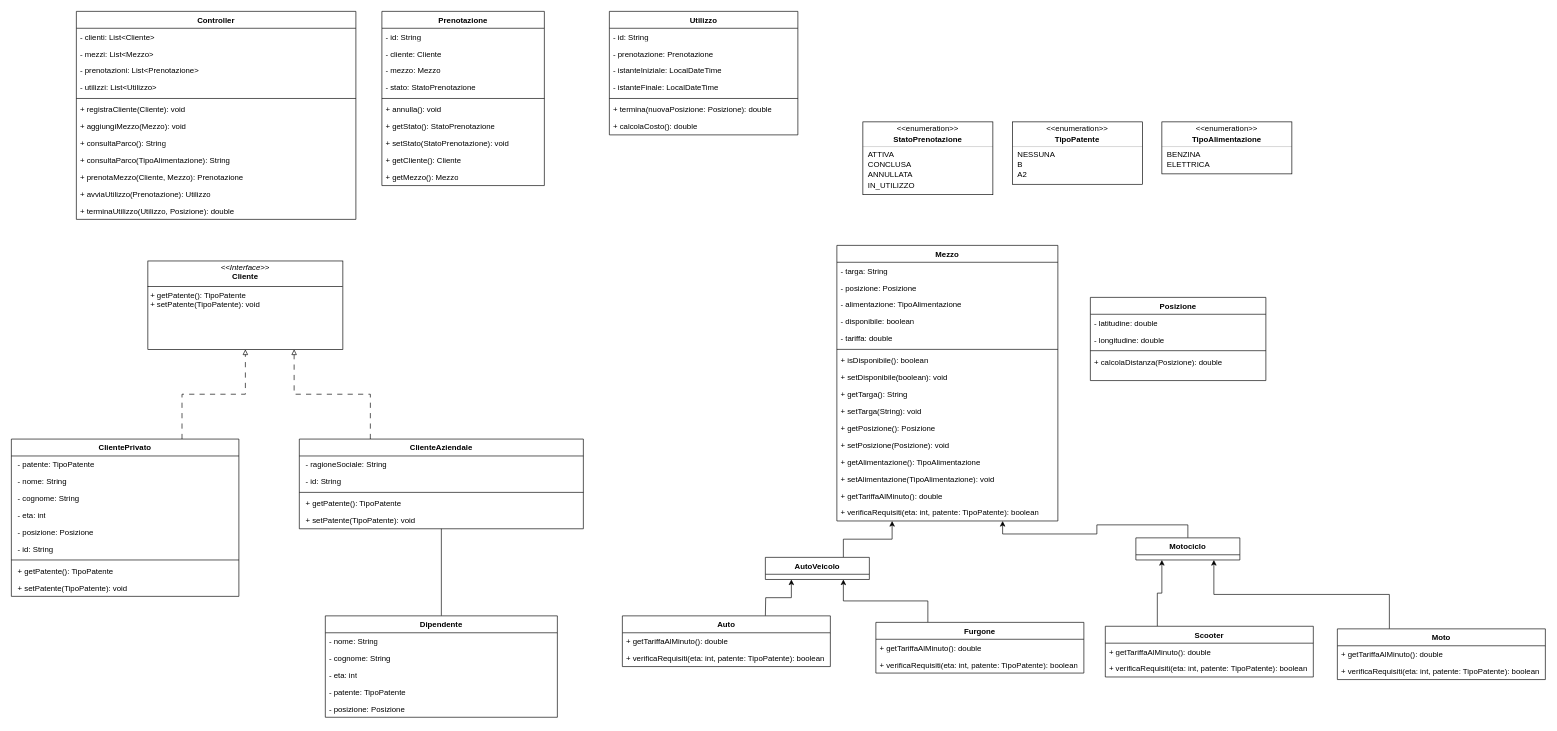
mattiaviola/ProgettoBikar keeps this draw.io diagram as docs/sorgenti/ProgettoBikar.drawio. Above is the earlier version. Source tidied: cells renumbered, new cells numbered last; positions are measured from the earlier drawing's top-left corner, leaving out a move shared by most shapes. Both pictures are drawn from the tidied source at 65%, with x=0, y=0 at pixel (11, 11).
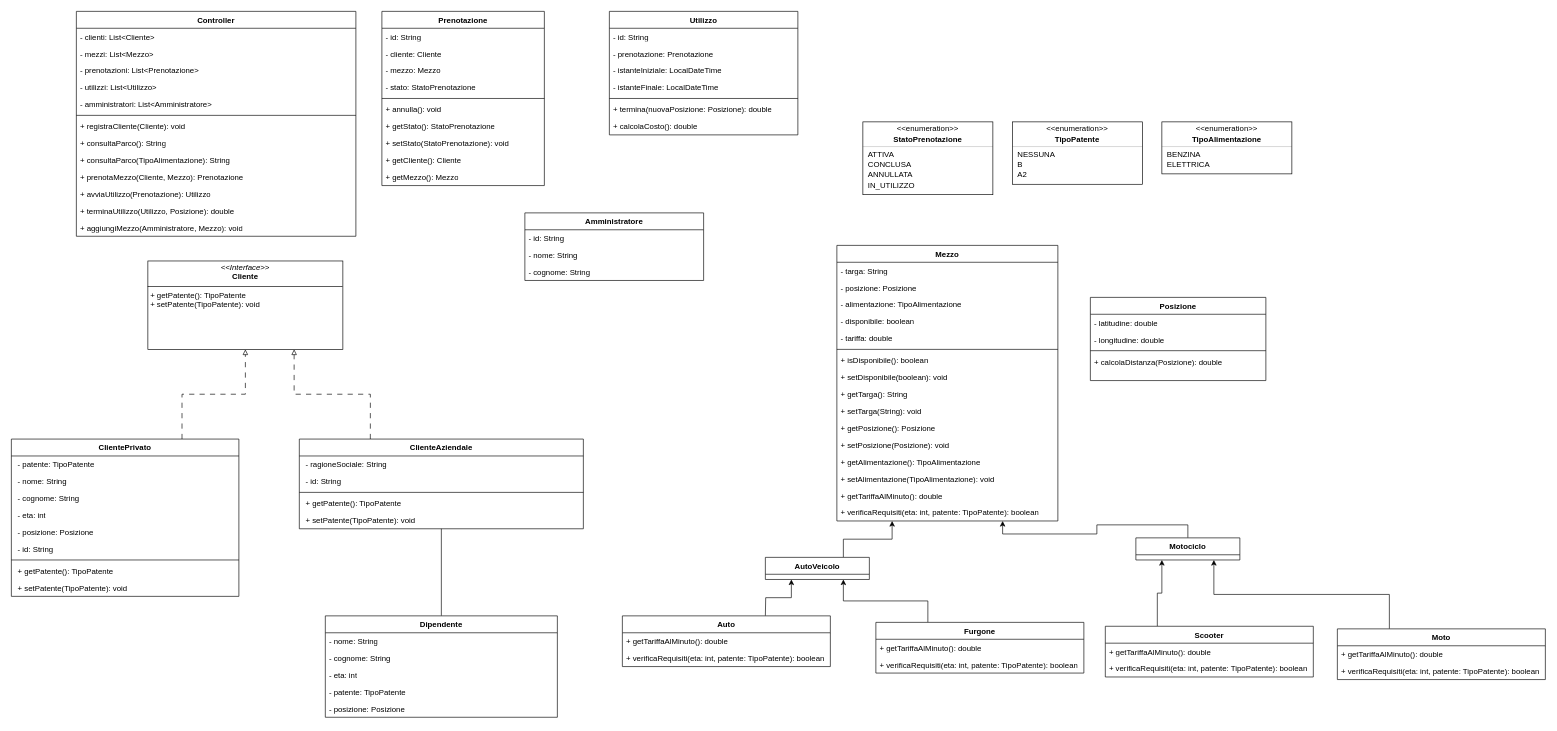
After the change.

Commit message (it also covers changes not shown here):
Diagrammi sequenza completati. Procedere con implementazione.

Change to the diagram source:
```diff
@@
     <mxCell id="113" value="Controller" style="swimlane;fontStyle=1;align=center;verticalAlign=top;horizontal=1;startSize=26;whiteSpace=wrap;html=1;" parent="1" vertex="1">
-      <mxGeometry x="100" width="430" height="320" as="geometry" />
+      <mxGeometry x="100" width="430" height="346" as="geometry" />
     </mxCell>
@@
+    <mxCell id="126" value="- utilizzi: List&amp;lt;Utilizzo&amp;gt;" style="text;strokeColor=none;fillColor=none;align=left;verticalAlign=top;spacingLeft=4;spacingRight=4;overflow=hidden;whiteSpace=wrap;html=1;" parent="113" vertex="1">
+      <mxGeometry y="104" width="430" height="26" as="geometry" />
+    </mxCell>
-    <mxCell id="117" value="- utilizzi: List&amp;lt;Utilizzo&amp;gt;" style="text;strokeColor=none;fillColor=none;align=left;verticalAlign=top;spacingLeft=4;spacingRight=4;overflow=hidden;whiteSpace=wrap;html=1;" parent="113" vertex="1">
-      <mxGeometry y="104" width="430" height="26" as="geometry" />
+    <mxCell id="117" value="- amministratori: List&amp;lt;Amministratore&amp;gt;" style="text;strokeColor=none;fillColor=none;align=left;verticalAlign=top;spacingLeft=4;spacingRight=4;overflow=hidden;whiteSpace=wrap;html=1;" parent="113" vertex="1">
+      <mxGeometry y="130" width="430" height="26" as="geometry" />
     </mxCell>
     <mxCell id="118" style="line;strokeWidth=1;fillColor=none;align=left;verticalAlign=middle;spacingTop=-1;spacingLeft=3;spacingRight=3;labelPosition=right;strokeColor=inherit;labelPerimeter=1;" parent="113" vertex="1">
-      <mxGeometry y="130" width="430" height="8" as="geometry" />
+      <mxGeometry y="156" width="430" height="8" as="geometry" />
     </mxCell>
     <mxCell id="119" value="+ registraCliente(Cliente): void" style="text;strokeColor=none;fillColor=none;align=left;verticalAlign=top;spacingLeft=4;spacingRight=4;overflow=hidden;whiteSpace=wrap;html=1;" parent="113" vertex="1">
-      <mxGeometry y="138" width="430" height="26" as="geometry" />
+      <mxGeometry y="164" width="430" height="26" as="geometry" />
     </mxCell>
-    <mxCell id="120" value="+ aggiungiMezzo(Mezzo): void" style="text;strokeColor=none;fillColor=none;align=left;verticalAlign=top;spacingLeft=4;spacingRight=4;overflow=hidden;whiteSpace=wrap;html=1;" parent="113" vertex="1">
-      <mxGeometry y="164" width="430" height="26" as="geometry" />
-    </mxCell>
@@
+    <mxCell id="127" value="+ terminaUtilizzo(Utilizzo, Posizione): double" style="text;strokeColor=none;fillColor=none;align=left;verticalAlign=top;spacingLeft=4;spacingRight=4;overflow=hidden;whiteSpace=wrap;html=1;" parent="113" vertex="1">
+      <mxGeometry y="294" width="430" height="26" as="geometry" />
+    </mxCell>
-    <mxCell id="125" value="+ terminaUtilizzo(Utilizzo, Posizione): double" style="text;strokeColor=none;fillColor=none;align=left;verticalAlign=top;spacingLeft=4;spacingRight=4;overflow=hidden;whiteSpace=wrap;html=1;" parent="113" vertex="1">
-      <mxGeometry y="294" width="430" height="26" as="geometry" />
+    <mxCell id="125" value="+ aggiungiMezzo(Amministratore, Mezzo): void" style="text;strokeColor=none;fillColor=none;align=left;verticalAlign=top;spacingLeft=4;spacingRight=4;overflow=hidden;whiteSpace=wrap;html=1;" parent="113" vertex="1">
+      <mxGeometry y="320" width="430" height="26" as="geometry" />
     </mxCell>
+    <mxCell id="128" value="Amministratore" style="swimlane;fontStyle=1;align=center;verticalAlign=top;horizontal=1;startSize=26;whiteSpace=wrap;html=1;" parent="1" vertex="1">
+      <mxGeometry x="790" y="310" width="275" height="104" as="geometry" />
+    </mxCell>
+    <mxCell id="129" value="- id: String" style="text;strokeColor=none;fillColor=none;align=left;verticalAlign=top;spacingLeft=4;spacingRight=4;overflow=hidden;whiteSpace=wrap;html=1;" parent="128" vertex="1">
+      <mxGeometry y="26" width="275" height="26" as="geometry" />
+    </mxCell>
+    <mxCell id="130" value="- nome: String" style="text;strokeColor=none;fillColor=none;align=left;verticalAlign=top;spacingLeft=4;spacingRight=4;overflow=hidden;whiteSpace=wrap;html=1;" parent="128" vertex="1">
+      <mxGeometry y="52" width="275" height="26" as="geometry" />
+    </mxCell>
+    <mxCell id="131" value="- cognome: String" style="text;strokeColor=none;fillColor=none;align=left;verticalAlign=top;spacingLeft=4;spacingRight=4;overflow=hidden;whiteSpace=wrap;html=1;" parent="128" vertex="1">
+      <mxGeometry y="78" width="275" height="26" as="geometry" />
+    </mxCell>
```
